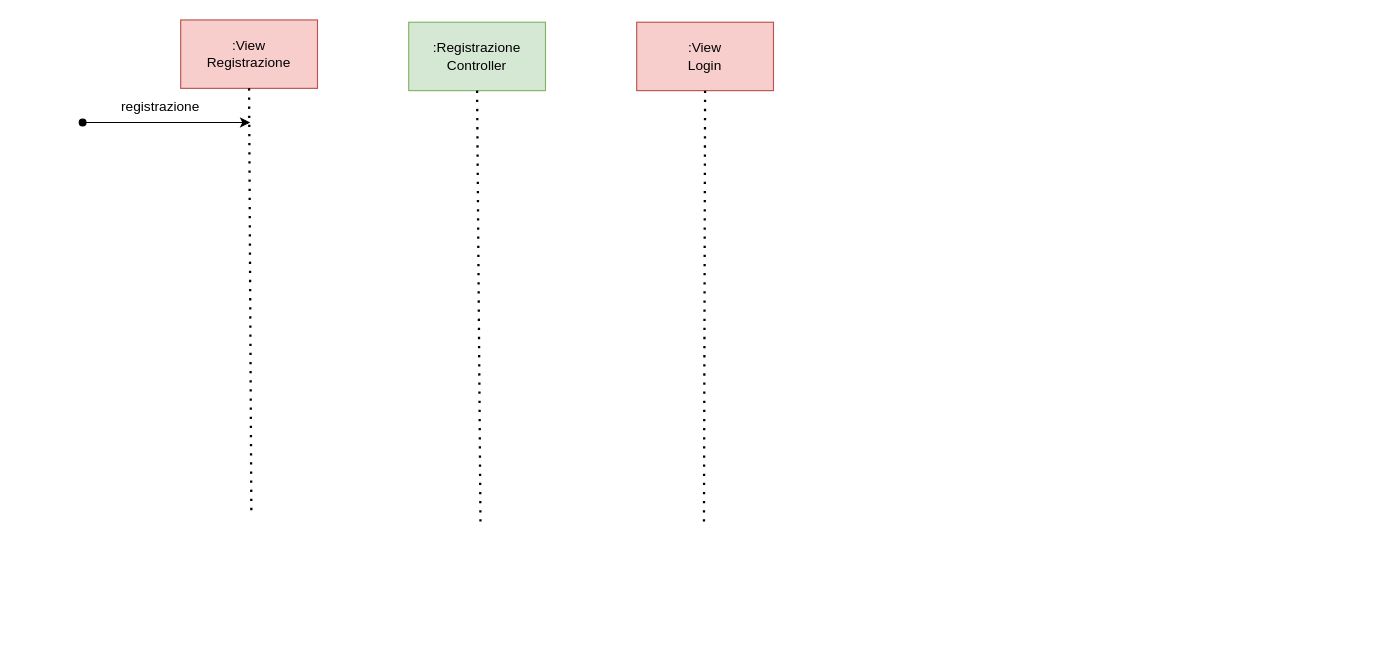
JosephBoom02/Progetto_Ingegneria_del_Software keeps this draw.io diagram as Diagrammi_Package/Interazione/Registrazione.drawio. Above is the earlier version. Source tidied: cells renumbered, new cells numbered last; positions are measured from the earlier drawing's top-left corner, leaving out a move shared by most shapes. Both pictures are drawn from the tidied source at 114%, with x=0, y=0 at pixel (82, 19).
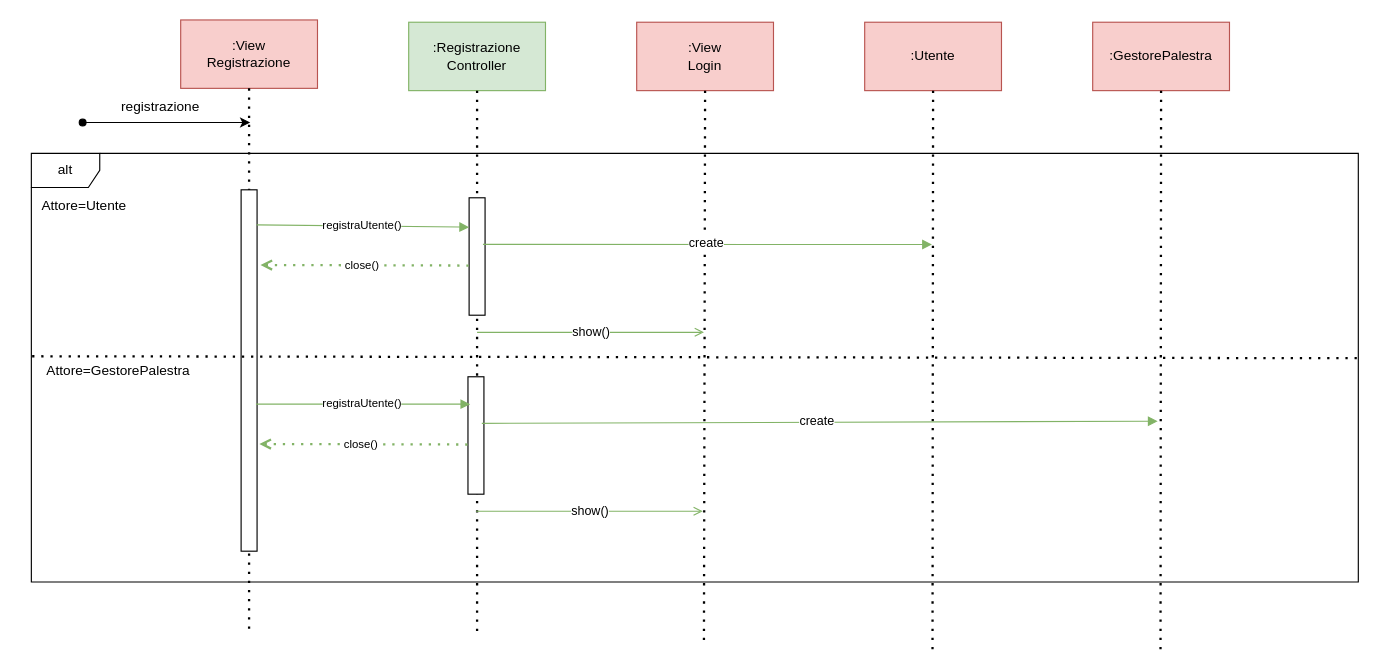
After the change.

Unchanged cells that the change refers to:
```xml
<mxCell id="2" value="&lt;div&gt;:View&lt;/div&gt;&lt;div&gt;Registrazione&lt;br&gt;&lt;/div&gt;" style="rounded=0;whiteSpace=wrap;html=1;fillColor=#f8cecc;strokeColor=#b85450;" parent="1" vertex="1">
  <mxGeometry x="86" width="120" height="60" as="geometry" />
</mxCell>
<mxCell id="3" value="&lt;div&gt;:Registrazione&lt;/div&gt;&lt;div&gt;Controller&lt;br&gt;&lt;/div&gt;" style="rounded=0;whiteSpace=wrap;html=1;fillColor=#d5e8d4;strokeColor=#82b366;" parent="1" vertex="1">
  <mxGeometry x="286" y="2" width="120" height="60" as="geometry" />
</mxCell>
<mxCell id="4" value="&lt;div&gt;:View&lt;/div&gt;&lt;div&gt;Login&lt;br&gt;&lt;/div&gt;" style="rounded=0;whiteSpace=wrap;html=1;fillColor=#f8cecc;strokeColor=#b85450;" parent="1" vertex="1">
  <mxGeometry x="486" y="2" width="120" height="60" as="geometry" />
</mxCell>
```

What changed in the source:
```diff
@@
     <mxCell id="5" style="endArrow=none;dashed=1;html=1;dashPattern=1 3;strokeWidth=2;rounded=0;exitX=0.5;exitY=1;exitDx=0;exitDy=0;" parent="1" edge="1" source="2">
       <mxGeometry relative="1" as="geometry">
-        <mxPoint x="148" y="435" as="targetPoint" />
+        <mxPoint x="146" y="538" as="targetPoint" />
       </mxGeometry>
     </mxCell>
     <mxCell id="6" style="endArrow=none;dashed=1;html=1;dashPattern=1 3;strokeWidth=2;rounded=0;exitX=0.5;exitY=1;exitDx=0;exitDy=0;" parent="1" edge="1" source="3">
       <mxGeometry relative="1" as="geometry">
-        <mxPoint x="349" y="445" as="targetPoint" />
+        <mxPoint x="346" y="541" as="targetPoint" />
       </mxGeometry>
     </mxCell>
     <mxCell id="7" style="endArrow=none;dashed=1;html=1;dashPattern=1 3;strokeWidth=2;rounded=0;exitX=0.5;exitY=1;exitDx=0;exitDy=0;" parent="1" edge="1" source="4">
       <mxGeometry relative="1" as="geometry">
-        <mxPoint x="545" y="446" as="targetPoint" />
+        <mxPoint x="545" y="544" as="targetPoint" />
       </mxGeometry>
     </mxCell>
@@
+    <mxCell id="10" value="alt" style="shape=umlFrame;whiteSpace=wrap;html=1;" parent="1" vertex="1">
+      <mxGeometry x="-45" y="117" width="1164" height="376" as="geometry" />
+    </mxCell>
+    <mxCell id="11" value="Attore=Utente" style="text;html=1;align=center;verticalAlign=middle;strokeColor=none;fillColor=none;" parent="1" vertex="1">
+      <mxGeometry x="-55" y="148.5" width="112" height="29" as="geometry" />
+    </mxCell>
+    <mxCell id="12" value="Attore=GestorePalestra" style="text;html=1;align=center;verticalAlign=middle;strokeColor=none;fillColor=none;" parent="1" vertex="1">
+      <mxGeometry x="-55" y="293" width="172" height="29" as="geometry" />
+    </mxCell>
+    <mxCell id="13" style="rounded=0;whiteSpace=wrap;html=1;rotation=90;" parent="1" vertex="1">
+      <mxGeometry x="-12.5" y="300.5" width="317" height="14" as="geometry" />
+    </mxCell>
+    <mxCell id="14" style="endArrow=none;dashed=1;html=1;dashPattern=1 3;strokeWidth=2;rounded=0;exitX=0.001;exitY=0.562;exitDx=0;exitDy=0;exitPerimeter=0;entryX=1.002;entryY=0.478;entryDx=0;entryDy=0;entryPerimeter=0;" parent="1" edge="1" target="10">
+      <mxGeometry relative="1" as="geometry">
+        <mxPoint x="-44.3" y="295" as="sourcePoint" />
+      </mxGeometry>
+    </mxCell>
+    <mxCell id="15" style="rounded=0;whiteSpace=wrap;html=1;rotation=90;" parent="1" vertex="1">
+      <mxGeometry x="294.5" y="200.5" width="103" height="14" as="geometry" />
+    </mxCell>
+    <mxCell id="16" style="endArrow=block;html=1;rounded=0;exitX=0.097;exitY=0.027;exitDx=0;exitDy=0;exitPerimeter=0;fillColor=#d5e8d4;strokeColor=#82b366;endFill=1;entryX=0.25;entryY=1;entryDx=0;entryDy=0;" parent="1" edge="1" source="13" target="15">
+      <mxGeometry relative="1" as="geometry" />
+    </mxCell>
+    <mxCell id="17" value="&lt;font style=&quot;font-size: 10px;&quot;&gt;registraUtente()&lt;/font&gt;" style="edgeLabel;html=1;align=center;verticalAlign=middle;" parent="16" vertex="1">
+      <mxGeometry x="-0.01" y="1" relative="1" as="geometry" />
+    </mxCell>
+    <mxCell id="18" style="endArrow=open;dashed=1;html=1;dashPattern=1 3;strokeWidth=2;rounded=0;endFill=0;exitX=0.577;exitY=1.029;exitDx=0;exitDy=0;exitPerimeter=0;fillColor=#d5e8d4;strokeColor=#82b366;" parent="1" edge="1" source="15">
+      <mxGeometry relative="1" as="geometry">
+        <mxPoint x="156" y="215" as="targetPoint" />
+      </mxGeometry>
+    </mxCell>
+    <mxCell id="19" value="&lt;font style=&quot;font-size: 10px;&quot;&gt;close()&lt;/font&gt;" style="edgeLabel;html=1;align=center;verticalAlign=middle;" parent="18" vertex="1">
+      <mxGeometry x="0.03" y="-1" relative="1" as="geometry" />
+    </mxCell>
+    <mxCell id="20" value=":Utente" style="rounded=0;whiteSpace=wrap;html=1;fillColor=#f8cecc;strokeColor=#b85450;" parent="1" vertex="1">
+      <mxGeometry x="686" y="2" width="120" height="60" as="geometry" />
+    </mxCell>
+    <mxCell id="21" value=":GestorePalestra" style="rounded=0;whiteSpace=wrap;html=1;fillColor=#f8cecc;strokeColor=#b85450;" parent="1" vertex="1">
+      <mxGeometry x="886" y="2" width="120" height="60" as="geometry" />
+    </mxCell>
+    <mxCell id="22" style="endArrow=none;dashed=1;html=1;dashPattern=1 3;strokeWidth=2;rounded=0;exitX=0.5;exitY=1;exitDx=0;exitDy=0;" parent="1" edge="1" source="20">
+      <mxGeometry relative="1" as="geometry">
+        <mxPoint x="745.5" y="552" as="targetPoint" />
+      </mxGeometry>
+    </mxCell>
+    <mxCell id="23" style="endArrow=none;dashed=1;html=1;dashPattern=1 3;strokeWidth=2;rounded=0;exitX=0.5;exitY=1;exitDx=0;exitDy=0;" parent="1" edge="1" source="21">
+      <mxGeometry relative="1" as="geometry">
+        <mxPoint x="945.5" y="552" as="targetPoint" />
+      </mxGeometry>
+    </mxCell>
+    <mxCell id="24" style="endArrow=block;html=1;rounded=0;exitX=0.397;exitY=0.133;exitDx=0;exitDy=0;exitPerimeter=0;fillColor=#d5e8d4;strokeColor=#82b366;endFill=1;" parent="1" edge="1" source="15">
+      <mxGeometry relative="1" as="geometry">
+        <mxPoint x="745" y="197" as="targetPoint" />
+      </mxGeometry>
+    </mxCell>
+    <mxCell id="25" value="create" style="edgeLabel;html=1;align=center;verticalAlign=middle;" parent="24" vertex="1">
+      <mxGeometry x="-0.01" y="1" relative="1" as="geometry" />
+    </mxCell>
+    <mxCell id="26" style="endArrow=open;html=1;rounded=0;exitX=0.097;exitY=0.027;exitDx=0;exitDy=0;exitPerimeter=0;fillColor=#d5e8d4;strokeColor=#82b366;endFill=0;" parent="1" edge="1">
+      <mxGeometry relative="1" as="geometry">
+        <mxPoint x="346" y="274" as="sourcePoint" />
+        <mxPoint x="545" y="274" as="targetPoint" />
+      </mxGeometry>
+    </mxCell>
+    <mxCell id="27" value="show()" style="edgeLabel;html=1;align=center;verticalAlign=middle;" parent="26" vertex="1">
+      <mxGeometry x="-0.01" y="1" relative="1" as="geometry" />
+    </mxCell>
+    <mxCell id="28" style="rounded=0;whiteSpace=wrap;html=1;rotation=90;" parent="1" vertex="1">
+      <mxGeometry x="293.5" y="357.5" width="103" height="14" as="geometry" />
+    </mxCell>
+    <mxCell id="29" style="endArrow=block;html=1;rounded=0;exitX=0.097;exitY=0.027;exitDx=0;exitDy=0;exitPerimeter=0;fillColor=#d5e8d4;strokeColor=#82b366;endFill=1;entryX=0.233;entryY=0.857;entryDx=0;entryDy=0;entryPerimeter=0;" parent="1" edge="1" target="28">
+      <mxGeometry relative="1" as="geometry">
+        <mxPoint x="152" y="337" as="sourcePoint" />
+      </mxGeometry>
+    </mxCell>
+    <mxCell id="30" value="&lt;font style=&quot;font-size: 10px;&quot;&gt;registraUtente()&lt;/font&gt;" style="edgeLabel;html=1;align=center;verticalAlign=middle;" parent="29" vertex="1">
+      <mxGeometry x="-0.01" y="1" relative="1" as="geometry" />
+    </mxCell>
+    <mxCell id="31" style="endArrow=open;dashed=1;html=1;dashPattern=1 3;strokeWidth=2;rounded=0;endFill=0;exitX=0.577;exitY=1.029;exitDx=0;exitDy=0;exitPerimeter=0;fillColor=#d5e8d4;strokeColor=#82b366;" parent="1" edge="1" source="28">
+      <mxGeometry relative="1" as="geometry">
+        <mxPoint x="155" y="372" as="targetPoint" />
+      </mxGeometry>
+    </mxCell>
+    <mxCell id="32" value="&lt;font style=&quot;font-size: 10px;&quot;&gt;close()&lt;/font&gt;" style="edgeLabel;html=1;align=center;verticalAlign=middle;" parent="31" vertex="1">
+      <mxGeometry x="0.03" y="-1" relative="1" as="geometry" />
+    </mxCell>
+    <mxCell id="33" style="endArrow=block;html=1;rounded=0;exitX=0.397;exitY=0.133;exitDx=0;exitDy=0;exitPerimeter=0;fillColor=#d5e8d4;strokeColor=#82b366;endFill=1;" parent="1" edge="1" source="28">
+      <mxGeometry relative="1" as="geometry">
+        <mxPoint x="943" y="352" as="targetPoint" />
+      </mxGeometry>
+    </mxCell>
+    <mxCell id="34" value="create" style="edgeLabel;html=1;align=center;verticalAlign=middle;" parent="33" vertex="1">
+      <mxGeometry x="-0.01" y="1" relative="1" as="geometry" />
+    </mxCell>
+    <mxCell id="35" style="endArrow=open;html=1;rounded=0;exitX=0.097;exitY=0.027;exitDx=0;exitDy=0;exitPerimeter=0;fillColor=#d5e8d4;strokeColor=#82b366;endFill=0;" parent="1" edge="1">
+      <mxGeometry relative="1" as="geometry">
+        <mxPoint x="345" y="431" as="sourcePoint" />
+        <mxPoint x="544" y="431" as="targetPoint" />
+      </mxGeometry>
+    </mxCell>
+    <mxCell id="36" value="show()" style="edgeLabel;html=1;align=center;verticalAlign=middle;" parent="35" vertex="1">
+      <mxGeometry x="-0.01" y="1" relative="1" as="geometry" />
+    </mxCell>
```
